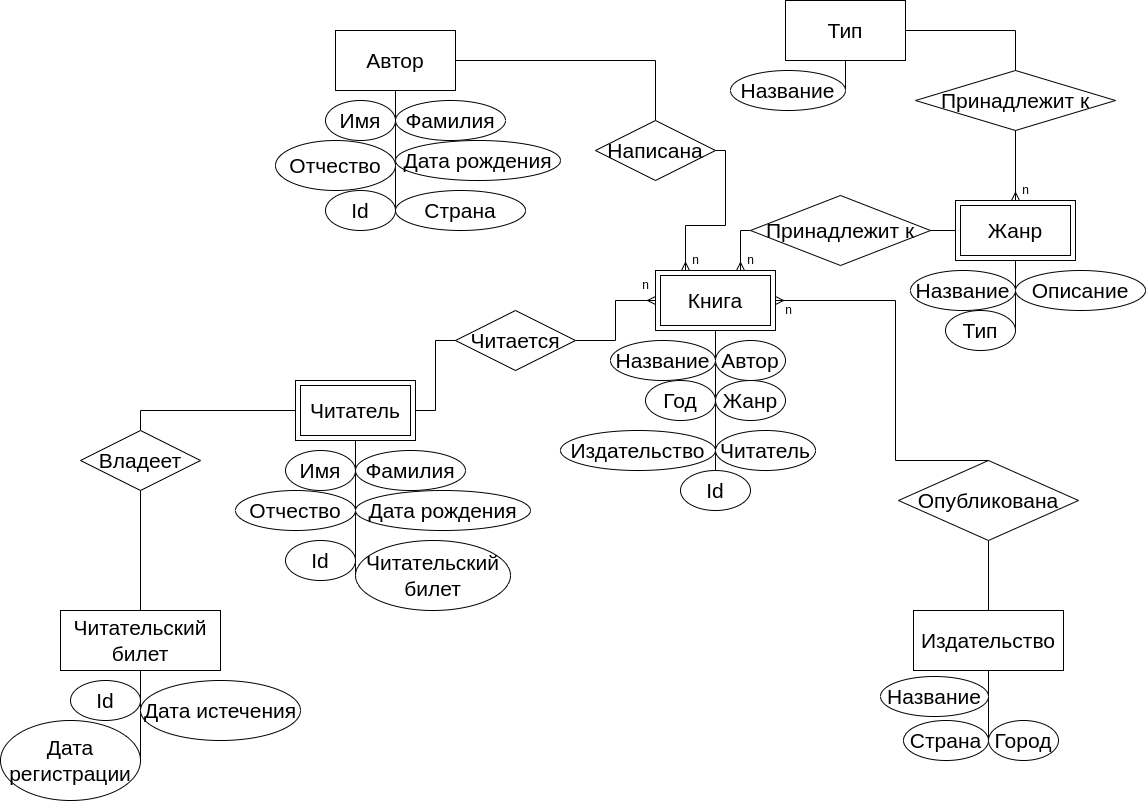
ddbmajor/bmstu-iu7-db keeps this draw.io diagram as lab_01/db_lab01.drawio.png. Above is the earlier version. Source tidied: cells renumbered, new cells last; positions are measured from the earlier drawing's top-left corner, leaving out a move shared by most shapes.
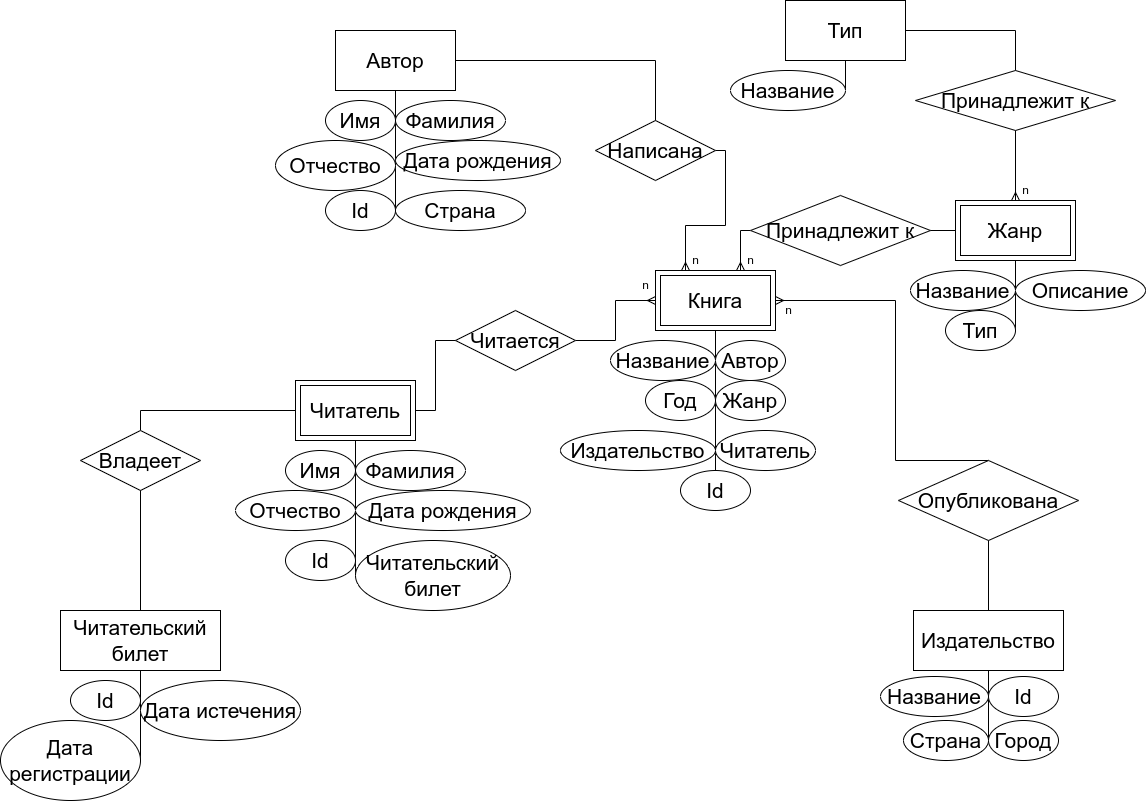
The same diagram one commit later.

Change to the diagram source:
```diff
@@ -222,5 +222,8 @@
     <mxCell id="70" value="n" style="text;html=1;align=center;verticalAlign=middle;strokeColor=none;fillColor=none;" parent="1" vertex="1">
       <mxGeometry x="630" y="270" width="30" height="30" as="geometry" />
     </mxCell>
+    <mxCell id="71" value="Id" style="ellipse;whiteSpace=wrap;html=1;fontSize=21;" parent="1" vertex="1">
+      <mxGeometry x="988" y="676" width="70" height="40" as="geometry" />
+    </mxCell>
   </root>
 </mxGraphModel>
```
